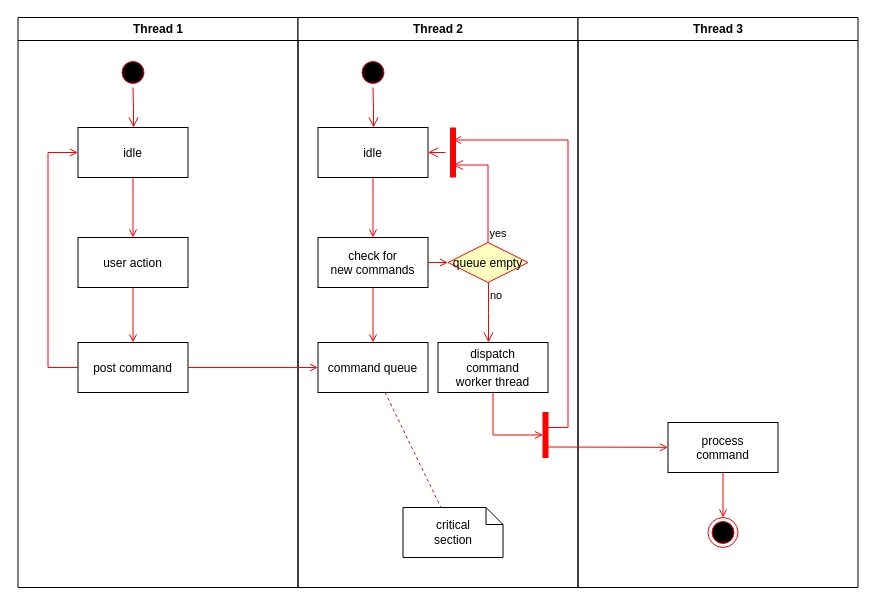
Above: 业务员提成.drawio in gongyao1992/draw (draw.io), before the change. Source tidied: cells renumbered, new cells numbered last; positions are measured from the earlier drawing's top-left corner, leaving out a move shared by most shapes. Both pictures are drawn from the tidied source at 100%, with x=0, y=0 at pixel (17, 17).
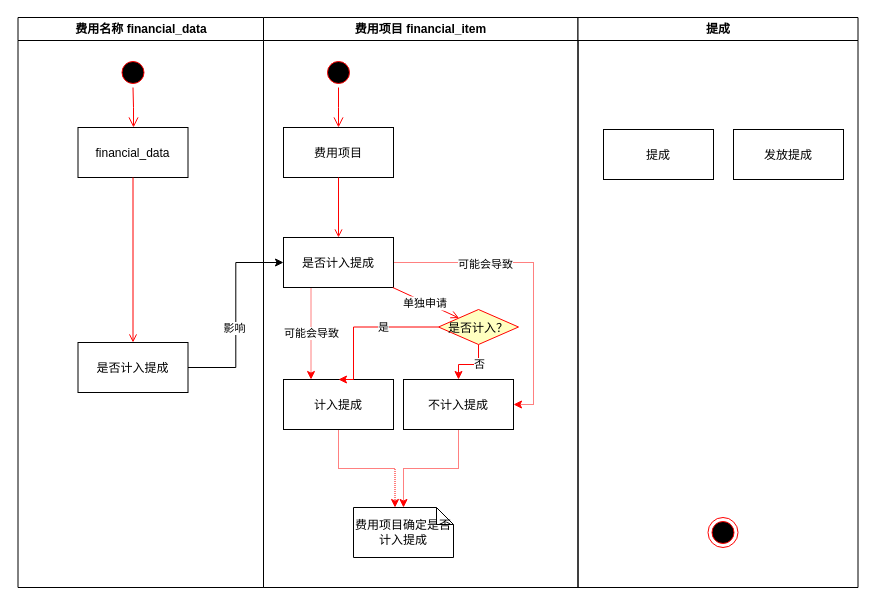
The same diagram, later.

Commit message:
更新业务员提成.drawio

Unchanged cells that the change refers to:
```xml
<mxCell id="34" style="ellipse;shape=endState;fillColor=#000000;strokeColor=#ff0000;" parent="30" vertex="1">
  <mxGeometry x="130" y="500" width="30" height="30" as="geometry" />
</mxCell>
```

The edit, as a diff of the source:
```diff
@@
-    <mxCell id="2" value="Thread 1" style="swimlane;whiteSpace=wrap;" parent="1" vertex="1">
-      <mxGeometry x="0.5" width="280" height="570" as="geometry" />
+    <mxCell id="2" value="费用名称 financial_data" style="swimlane;whiteSpace=wrap;" parent="1" vertex="1">
+      <mxGeometry x="0.5" width="245.5" height="570" as="geometry" />
     </mxCell>
@@
-    <mxCell id="5" value="idle" parent="2" vertex="1">
+    <mxCell id="5" value="financial_data" parent="2" vertex="1">
       <mxGeometry x="60" y="110" width="110" height="50" as="geometry" />
     </mxCell>
-    <mxCell id="6" value="user action" parent="2" vertex="1">
-      <mxGeometry x="60" y="220" width="110" height="50" as="geometry" />
-    </mxCell>
-    <mxCell id="7" style="endArrow=open;strokeColor=#FF0000;endFill=1;rounded=0;" parent="2" edge="1" source="5" target="6">
-      <mxGeometry relative="1" as="geometry" />
-    </mxCell>
-    <mxCell id="8" value="post command" parent="2" vertex="1">
+    <mxCell id="8" value="是否计入提成" parent="2" vertex="1">
       <mxGeometry x="60" y="325" width="110" height="50" as="geometry" />
     </mxCell>
-    <mxCell id="9" style="endArrow=open;strokeColor=#FF0000;endFill=1;rounded=0;" parent="2" edge="1" source="6" target="8">
+    <mxCell id="9" style="endArrow=open;strokeColor=#FF0000;endFill=1;rounded=0;exitX=0.5;exitY=1;exitDx=0;exitDy=0;" parent="2" edge="1" source="5" target="8">
       <mxGeometry relative="1" as="geometry" />
     </mxCell>
-    <mxCell id="10" style="edgeStyle=elbowEdgeStyle;elbow=horizontal;strokeColor=#FF0000;endArrow=open;endFill=1;rounded=0;" parent="2" edge="1" source="8" target="5">
-      <mxGeometry relative="1" as="geometry">
-        <Array as="points">
-          <mxPoint x="30" y="250" />
-        </Array>
-      </mxGeometry>
-    </mxCell>
-    <mxCell id="11" value="Thread 2" style="swimlane;whiteSpace=wrap;" parent="1" vertex="1">
-      <mxGeometry x="280.5" width="280" height="570" as="geometry" />
+    <mxCell id="11" value="费用项目 financial_item" style="swimlane;whiteSpace=wrap;" parent="1" vertex="1">
+      <mxGeometry x="246" width="314.5" height="570" as="geometry" />
     </mxCell>
@@
-    <mxCell id="14" value="idle" parent="11" vertex="1">
+    <mxCell id="14" value="费用项目" parent="11" vertex="1">
       <mxGeometry x="20" y="110" width="110" height="50" as="geometry" />
     </mxCell>
+    <mxCell id="18" value="可能会导致" style="edgeStyle=orthogonalEdgeStyle;rounded=0;jettySize=auto;html=1;exitX=0.25;exitY=1;exitDx=0;exitDy=0;entryX=0.25;entryY=0;entryDx=0;entryDy=0;strokeColor=#FF0000;dashed=1;dashPattern=1 1;" parent="11" edge="1" source="15" target="17">
+      <mxGeometry relative="1" as="geometry" />
+    </mxCell>
+    <mxCell id="37" style="edgeStyle=orthogonalEdgeStyle;rounded=0;jettySize=auto;html=1;exitX=1;exitY=0.5;exitDx=0;exitDy=0;entryX=1;entryY=0.5;entryDx=0;entryDy=0;dashed=1;dashPattern=1 1;strokeColor=#FF0000;" parent="11" edge="1" source="15" target="25">
+      <mxGeometry relative="1" as="geometry" />
+    </mxCell>
+    <mxCell id="38" value="可能会导致" style="edgeLabel;html=1;align=center;verticalAlign=middle;" parent="37" vertex="1">
+      <mxGeometry x="-0.4" y="-1" relative="1" as="geometry" />
+    </mxCell>
-    <mxCell id="15" value="check for &#10;new commands" parent="11" vertex="1">
+    <mxCell id="15" value="是否计入提成" parent="11" vertex="1">
       <mxGeometry x="20" y="220" width="110" height="50" as="geometry" />
     </mxCell>
@@
+    <mxCell id="27" style="edgeStyle=orthogonalEdgeStyle;rounded=0;jettySize=auto;html=1;exitX=0.5;exitY=1;exitDx=0;exitDy=0;entryX=0;entryY=0;entryDx=41.5;entryDy=0;entryPerimeter=0;dashed=1;dashPattern=1 1;strokeColor=#FF0000;" parent="11" edge="1" source="17" target="26">
+      <mxGeometry relative="1" as="geometry" />
+    </mxCell>
-    <mxCell id="17" value="command queue" parent="11" vertex="1">
-      <mxGeometry x="20" y="325" width="110" height="50" as="geometry" />
+    <mxCell id="17" value="计入提成" parent="11" vertex="1">
+      <mxGeometry x="20" y="362" width="110" height="50" as="geometry" />
     </mxCell>
-    <mxCell id="18" style="endArrow=open;strokeColor=#FF0000;endFill=1;rounded=0;" parent="11" edge="1" source="15" target="17">
-      <mxGeometry relative="1" as="geometry" />
-    </mxCell>
+    <mxCell id="39" value="是" style="edgeStyle=orthogonalEdgeStyle;rounded=0;jettySize=auto;html=1;exitX=0;exitY=0.5;exitDx=0;exitDy=0;entryX=0.5;entryY=0;entryDx=0;entryDy=0;strokeColor=#FF0000;" parent="11" edge="1" source="19" target="17">
+      <mxGeometry x="-0.28" relative="1" as="geometry">
+        <Array as="points">
+          <mxPoint x="90" y="310" />
+          <mxPoint x="90" y="362" />
+        </Array>
+      </mxGeometry>
+    </mxCell>
+    <mxCell id="21" style="edgeStyle=orthogonalEdgeStyle;rounded=0;jettySize=auto;html=1;exitX=0.5;exitY=1;exitDx=0;exitDy=0;entryX=0.5;entryY=0;entryDx=0;entryDy=0;strokeColor=#FF0000;" parent="11" edge="1" source="19" target="25">
+      <mxGeometry relative="1" as="geometry" />
+    </mxCell>
+    <mxCell id="40" value="否" style="edgeLabel;html=1;align=center;verticalAlign=middle;" parent="21" vertex="1">
+      <mxGeometry x="-0.27" y="-1" relative="1" as="geometry" />
+    </mxCell>
-    <mxCell id="19" value="queue empty" style="rhombus;fillColor=#ffffc0;strokeColor=#ff0000;" parent="11" vertex="1">
-      <mxGeometry x="150" y="225" width="80" height="40" as="geometry" />
+    <mxCell id="19" value="是否计入？" style="rhombus;fillColor=#ffffc0;strokeColor=#ff0000;" parent="11" vertex="1">
+      <mxGeometry x="175" y="292" width="80" height="35" as="geometry" />
     </mxCell>
-    <mxCell id="20" value="yes" style="edgeStyle=elbowEdgeStyle;elbow=horizontal;align=left;verticalAlign=bottom;endArrow=open;endSize=8;strokeColor=#FF0000;exitX=0.5;exitY=0;endFill=1;rounded=0;entryX=0.75;entryY=0.5;entryPerimeter=0;" parent="11" edge="1" source="19" target="23">
-      <mxGeometry x="-1" relative="1" as="geometry">
-        <Array as="points">
-          <mxPoint x="190" y="180" />
-        </Array>
-      </mxGeometry>
-    </mxCell>
-    <mxCell id="21" value="no" style="edgeStyle=elbowEdgeStyle;elbow=horizontal;align=left;verticalAlign=top;endArrow=open;endSize=8;strokeColor=#FF0000;endFill=1;rounded=0;" parent="11" edge="1" source="19" target="25">
-      <mxGeometry x="-1" relative="1" as="geometry" />
-    </mxCell>
-    <mxCell id="22" style="endArrow=open;strokeColor=#FF0000;endFill=1;rounded=0;" parent="11" edge="1" source="15" target="19">
+    <mxCell id="22" value="单独申请" style="endArrow=open;strokeColor=#FF0000;endFill=1;rounded=0;" parent="11" edge="1" source="15" target="19">
       <mxGeometry relative="1" as="geometry" />
     </mxCell>
-    <mxCell id="23" style="shape=line;strokeWidth=6;strokeColor=#ff0000;rotation=90;" parent="11" vertex="1">
-      <mxGeometry x="130" y="127.5" width="50" height="15" as="geometry" />
-    </mxCell>
-    <mxCell id="24" style="edgeStyle=elbowEdgeStyle;elbow=horizontal;verticalAlign=bottom;endArrow=open;endSize=8;strokeColor=#FF0000;endFill=1;rounded=0;" parent="11" edge="1" source="23" target="14">
-      <mxGeometry x="130" y="90" as="geometry" />
-    </mxCell>
+    <mxCell id="41" style="edgeStyle=orthogonalEdgeStyle;rounded=0;jettySize=auto;html=1;exitX=0.5;exitY=1;exitDx=0;exitDy=0;entryX=0.5;entryY=0;entryDx=0;entryDy=0;entryPerimeter=0;dashed=1;dashPattern=1 1;strokeColor=#FF0000;" parent="11" edge="1" source="25" target="26">
+      <mxGeometry relative="1" as="geometry" />
+    </mxCell>
-    <mxCell id="25" value="dispatch&#10;command&#10;worker thread" parent="11" vertex="1">
-      <mxGeometry x="140" y="325" width="110" height="50" as="geometry" />
+    <mxCell id="25" value="不计入提成" parent="11" vertex="1">
+      <mxGeometry x="140" y="362" width="110" height="50" as="geometry" />
     </mxCell>
-    <mxCell id="26" value="critical&#10;section" style="shape=note;whiteSpace=wrap;size=17;" parent="11" vertex="1">
-      <mxGeometry x="105" y="490" width="100" height="50" as="geometry" />
+    <mxCell id="26" value="费用项目确定是否计入提成" style="shape=note;whiteSpace=wrap;size=17;" parent="11" vertex="1">
+      <mxGeometry x="90" y="490" width="100" height="50" as="geometry" />
     </mxCell>
-    <mxCell id="27" style="endArrow=none;strokeColor=#FF0000;endFill=0;rounded=0;dashed=1;" parent="11" edge="1" source="17" target="26">
-      <mxGeometry relative="1" as="geometry" />
-    </mxCell>
-    <mxCell id="28" style="whiteSpace=wrap;strokeColor=#FF0000;fillColor=#FF0000;" parent="11" vertex="1">
-      <mxGeometry x="245" y="395" width="5" height="45" as="geometry" />
-    </mxCell>
-    <mxCell id="29" style="edgeStyle=elbowEdgeStyle;elbow=horizontal;entryX=0;entryY=0.5;strokeColor=#FF0000;endArrow=open;endFill=1;rounded=0;" parent="11" edge="1" source="25" target="28">
-      <mxGeometry relative="1" as="geometry">
-        <Array as="points">
-          <mxPoint x="195" y="400" />
-        </Array>
-      </mxGeometry>
-    </mxCell>
-    <mxCell id="30" value="Thread 3" style="swimlane;whiteSpace=wrap;" parent="1" vertex="1">
+    <mxCell id="30" value="提成" style="swimlane;whiteSpace=wrap;" parent="1" vertex="1">
       <mxGeometry x="560.5" width="280" height="570" as="geometry" />
     </mxCell>
-    <mxCell id="31" value="process&#10;command" parent="30" vertex="1">
-      <mxGeometry x="90" y="405" width="110" height="50" as="geometry" />
-    </mxCell>
-    <mxCell id="32" style="edgeStyle=elbowEdgeStyle;elbow=horizontal;strokeColor=#FF0000;endArrow=open;endFill=1;rounded=0;entryX=0.25;entryY=0.5;entryPerimeter=0;" parent="30" edge="1" target="23">
-      <mxGeometry relative="1" as="geometry">
-        <mxPoint x="-30" y="410" as="sourcePoint" />
-        <Array as="points">
-          <mxPoint x="-10" y="135" />
-        </Array>
-      </mxGeometry>
-    </mxCell>
-    <mxCell id="33" style="edgeStyle=none;strokeColor=#FF0000;endArrow=open;endFill=1;rounded=0;" parent="30" edge="1" target="31">
-      <mxGeometry relative="1" as="geometry">
-        <mxPoint x="-30" y="429.5" as="sourcePoint" />
-      </mxGeometry>
-    </mxCell>
@@
-    <mxCell id="35" style="endArrow=open;strokeColor=#FF0000;endFill=1;rounded=0;" parent="30" edge="1" source="31" target="34">
-      <mxGeometry relative="1" as="geometry" />
-    </mxCell>
-    <mxCell id="36" style="endArrow=open;strokeColor=#FF0000;endFill=1;rounded=0;" parent="1" edge="1" source="8" target="17">
-      <mxGeometry relative="1" as="geometry" />
-    </mxCell>
+    <mxCell id="42" value="提成" parent="30" vertex="1">
+      <mxGeometry x="25.5" y="112" width="110" height="50" as="geometry" />
+    </mxCell>
+    <mxCell id="43" value="发放提成" parent="30" vertex="1">
+      <mxGeometry x="155.5" y="112" width="110" height="50" as="geometry" />
+    </mxCell>
+    <mxCell id="44" style="edgeStyle=orthogonalEdgeStyle;rounded=0;jettySize=auto;html=1;exitX=1;exitY=0.5;exitDx=0;exitDy=0;entryX=0;entryY=0.5;entryDx=0;entryDy=0;" parent="1" edge="1" source="8" target="15">
+      <mxGeometry relative="1" as="geometry" />
+    </mxCell>
+    <mxCell id="45" value="影响" style="edgeLabel;html=1;align=center;verticalAlign=middle;" parent="44" vertex="1">
+      <mxGeometry x="-0.13" y="2" relative="1" as="geometry" />
+    </mxCell>
```
